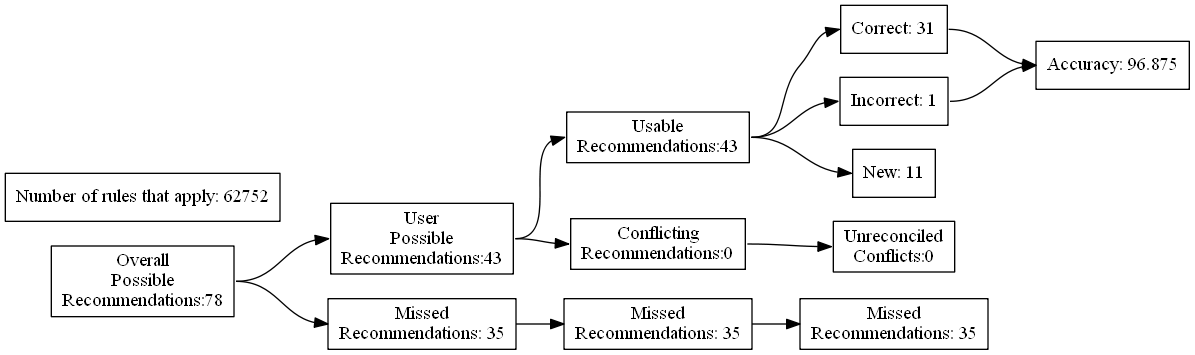
ZaxR/ibd_diet_analysis keeps this Graphviz diagram as test_renders/64.gv.png. Above is the earlier version. Its source is kept beside it as test_renders/64.gv.
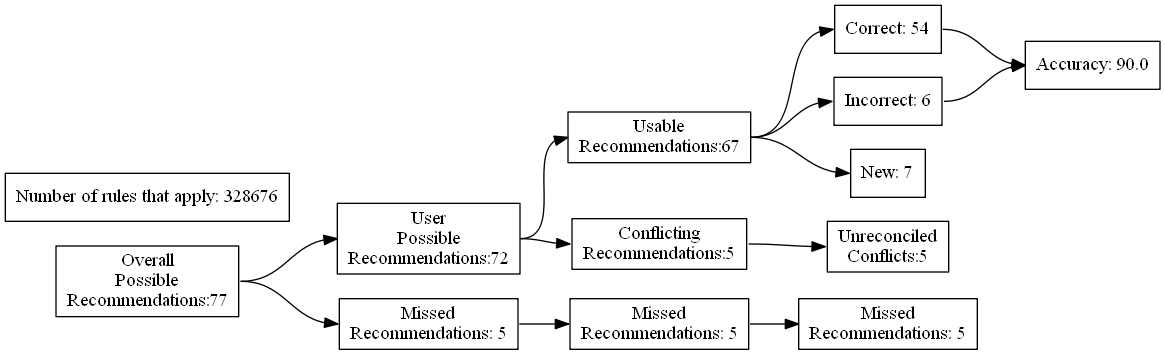
After the commit.

Change to the diagram source:
```diff
@@ -4,27 +4,27 @@
 	edge [headport=w tailport=e]
 		A [label="Overall
 Possible
-Recommendations:78"]
+Recommendations:77"]
 		B [label="User
 Possible
-Recommendations:43"]
+Recommendations:72"]
 		C [label="Missed
-Recommendations: 35"]
+Recommendations: 5"]
 		D [label="Usable
-Recommendations:43"]
+Recommendations:67"]
 		E [label="Conflicting
-Recommendations:0"]
+Recommendations:5"]
 		J [label="Missed
-Recommendations: 35"]
+Recommendations: 5"]
 		M [label="Unreconciled
-Conflicts:0"]
-		F [label="Correct: 31"]
-		G [label="Incorrect: 1"]
-		H [label="New: 11"]
+Conflicts:5"]
+		F [label="Correct: 54"]
+		G [label="Incorrect: 6"]
+		H [label="New: 7"]
 		K [label="Missed
-Recommendations: 35"]
-		I [label="Accuracy: 96.875"]
-		l [label="Number of rules that apply: 62752"]
+Recommendations: 5"]
+		I [label="Accuracy: 90.0"]
+		l [label="Number of rules that apply: 328676"]
 			A -> B
 			A -> C
 			B -> D
```
